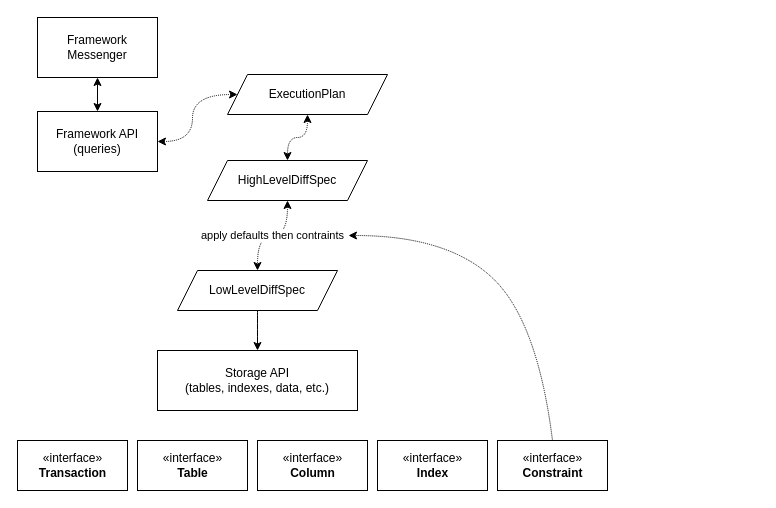
The draw.io diagram docs/framework-mindmap.drawio in miniconnect/miniconnect, before the edit. Source tidied: cells renumbered, new cells numbered last; positions are measured from the earlier drawing's top-left corner, leaving out a move shared by most shapes. Both pictures are drawn from the tidied source at 100%, with x=0, y=0 at pixel (17, 17).
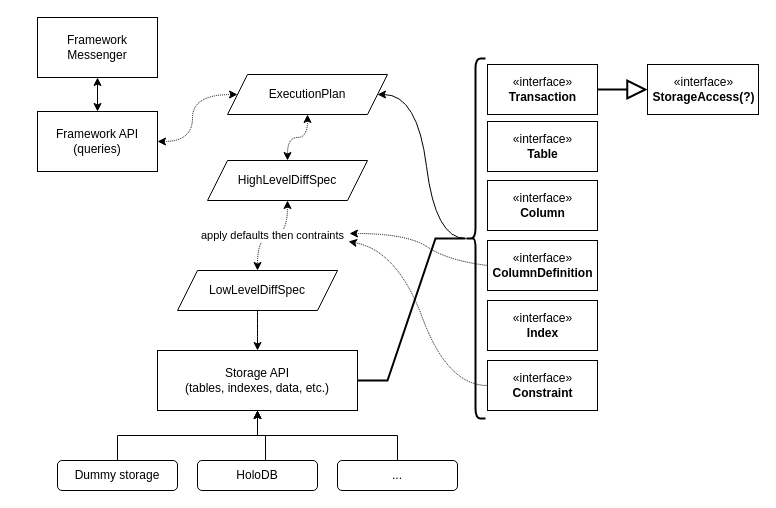
After the change.

Unchanged cells that the change refers to:
```xml
<mxCell id="7" value="ExecutionPlan" style="shape=parallelogram;perimeter=parallelogramPerimeter;whiteSpace=wrap;html=1;fixedSize=1;" parent="1" vertex="1">
  <mxGeometry x="210" y="57" width="160" height="40" as="geometry" />
</mxCell>
<mxCell id="12" value="&lt;div&gt;Storage API&lt;/div&gt;&lt;div&gt;(tables, indexes, data, etc.)&lt;br&gt;&lt;/div&gt;" style="rounded=0;whiteSpace=wrap;html=1;" parent="1" vertex="1">
  <mxGeometry x="140" y="333" width="200" height="60" as="geometry" />
</mxCell>
```

Diff of the diagram source:
```diff
@@
+    <mxCell id="19" style="edgeStyle=orthogonalEdgeStyle;rounded=0;jettySize=auto;html=1;entryX=0.5;entryY=0;entryDx=0;entryDy=0;startArrow=classic;startFill=1;endArrow=none;endFill=0;" parent="1" edge="1" source="12" target="29">
+      <mxGeometry relative="1" as="geometry" />
+    </mxCell>
+    <mxCell id="20" style="edgeStyle=orthogonalEdgeStyle;rounded=0;jettySize=auto;html=1;entryX=0.567;entryY=0;entryDx=0;entryDy=0;entryPerimeter=0;endArrow=none;endFill=0;startArrow=classic;startFill=1;" parent="1" edge="1" source="12" target="30">
+      <mxGeometry relative="1" as="geometry" />
+    </mxCell>
+    <mxCell id="21" style="edgeStyle=orthogonalEdgeStyle;rounded=0;jettySize=auto;html=1;startArrow=classic;startFill=1;endArrow=none;endFill=0;" parent="1" edge="1" source="12" target="31">
+      <mxGeometry relative="1" as="geometry" />
+    </mxCell>
@@
     <mxCell id="13" value="«interface»&lt;br&gt;&lt;b&gt;Transaction&lt;/b&gt;" style="html=1;" parent="1" vertex="1">
-      <mxGeometry y="423" width="110" height="50" as="geometry" />
+      <mxGeometry x="470" y="47" width="110" height="50" as="geometry" />
     </mxCell>
     <mxCell id="14" value="«interface»&lt;br&gt;&lt;b&gt;Table&lt;/b&gt;" style="html=1;" parent="1" vertex="1">
-      <mxGeometry x="120" y="423" width="110" height="50" as="geometry" />
+      <mxGeometry x="470" y="104" width="110" height="50" as="geometry" />
     </mxCell>
     <mxCell id="15" value="«interface»&lt;br&gt;&lt;b&gt;Column&lt;/b&gt;" style="html=1;" parent="1" vertex="1">
-      <mxGeometry x="240" y="423" width="110" height="50" as="geometry" />
+      <mxGeometry x="470" y="163" width="110" height="50" as="geometry" />
     </mxCell>
     <mxCell id="16" value="«interface»&lt;br&gt;&lt;b&gt;Index&lt;/b&gt;" style="html=1;" parent="1" vertex="1">
-      <mxGeometry x="360" y="423" width="110" height="50" as="geometry" />
+      <mxGeometry x="470" y="283" width="110" height="50" as="geometry" />
     </mxCell>
     <mxCell id="17" value="«interface»&lt;br&gt;&lt;b&gt;Constraint&lt;/b&gt;" style="html=1;" parent="1" vertex="1">
-      <mxGeometry x="480" y="423" width="110" height="50" as="geometry" />
+      <mxGeometry x="470" y="343" width="110" height="50" as="geometry" />
     </mxCell>
-    <mxCell id="18" style="curved=1;endArrow=classic;html=1;rounded=0;startSize=6;strokeColor=default;exitX=0.5;exitY=0;exitDx=0;exitDy=0;dashed=1;dashPattern=1 1;" parent="1" edge="1" source="17">
+    <mxCell id="18" style="curved=1;endArrow=classic;html=1;rounded=0;startSize=6;strokeColor=default;exitX=0;exitY=0.5;exitDx=0;exitDy=0;dashed=1;dashPattern=1 1;" parent="1" edge="1" source="17">
       <mxGeometry relative="1" as="geometry">
-        <mxPoint x="331" y="218" as="targetPoint" />
+        <mxPoint x="331" y="224" as="targetPoint" />
         <Array as="points">
-          <mxPoint x="520" y="303" />
-          <mxPoint x="430" y="218" />
+          <mxPoint x="430" y="368" />
+          <mxPoint x="380" y="233" />
         </Array>
       </mxGeometry>
     </mxCell>
+    <mxCell id="22" value="«interface»&lt;br&gt;&lt;b&gt;ColumnDefinition&lt;/b&gt;" style="html=1;" parent="1" vertex="1">
+      <mxGeometry x="470" y="223" width="110" height="50" as="geometry" />
+    </mxCell>
+    <mxCell id="23" style="curved=1;endArrow=classic;html=1;rounded=0;startSize=6;strokeColor=default;exitX=0;exitY=0.5;exitDx=0;exitDy=0;dashed=1;dashPattern=1 1;" parent="1" edge="1" source="22">
+      <mxGeometry relative="1" as="geometry">
+        <mxPoint x="332" y="216" as="targetPoint" />
+        <Array as="points">
+          <mxPoint x="430" y="243" />
+          <mxPoint x="390" y="216" />
+        </Array>
+      </mxGeometry>
+    </mxCell>
+    <mxCell id="24" style="edgeStyle=entityRelationEdgeStyle;jettySize=auto;html=1;curved=1;" parent="1" edge="1" source="26" target="7">
+      <mxGeometry relative="1" as="geometry" />
+    </mxCell>
+    <mxCell id="25" style="edgeStyle=entityRelationEdgeStyle;jettySize=auto;html=1;rounded=0;endArrow=none;endFill=0;strokeWidth=2;" parent="1" edge="1" source="26" target="12">
+      <mxGeometry relative="1" as="geometry" />
+    </mxCell>
+    <mxCell id="26" style="shape=curlyBracket;whiteSpace=wrap;html=1;rounded=1;size=0.5;strokeWidth=2;" parent="1" vertex="1">
+      <mxGeometry x="448" y="41" width="20" height="360" as="geometry" />
+    </mxCell>
+    <mxCell id="27" value="«interface»&lt;br&gt;&lt;b&gt;StorageAccess(?)&lt;/b&gt;" style="html=1;" parent="1" vertex="1">
+      <mxGeometry x="630" y="47" width="111" height="50" as="geometry" />
+    </mxCell>
+    <mxCell id="28" style="endArrow=block;endSize=16;endFill=0;html=1;rounded=0;strokeWidth=2;entryX=0;entryY=0.5;entryDx=0;entryDy=0;exitX=1;exitY=0.5;exitDx=0;exitDy=0;" parent="1" edge="1" source="13" target="27">
+      <mxGeometry relative="1" as="geometry" />
+    </mxCell>
+    <mxCell id="29" value="&lt;div&gt;Dummy storage&lt;/div&gt;" style="rounded=1;whiteSpace=wrap;html=1;" parent="1" vertex="1">
+      <mxGeometry x="40" y="443" width="120" height="30" as="geometry" />
+    </mxCell>
+    <mxCell id="30" value="HoloDB" style="rounded=1;whiteSpace=wrap;html=1;" parent="1" vertex="1">
+      <mxGeometry x="180" y="443" width="120" height="30" as="geometry" />
+    </mxCell>
+    <mxCell id="31" value="..." style="rounded=1;whiteSpace=wrap;html=1;" parent="1" vertex="1">
+      <mxGeometry x="320" y="443" width="120" height="30" as="geometry" />
+    </mxCell>
```
